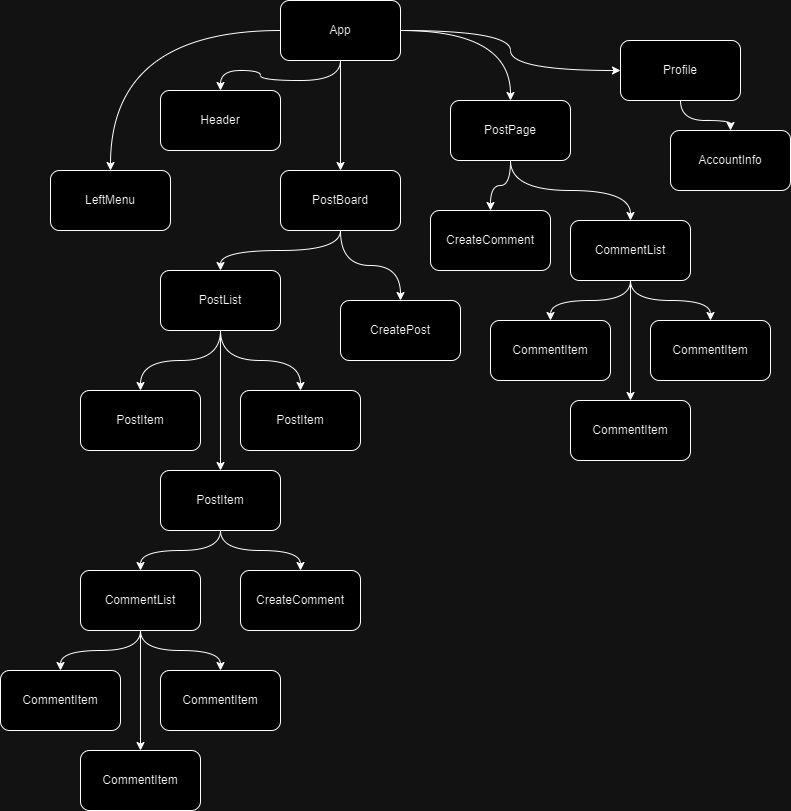
Before: DashboardChallengeComponentTree.drawio.png, a diagram exported from draw.io (boolean-uk/react-cohort-dashboard-challenge). Source tidied: cells renumbered, new cells last; positions are measured from the earlier drawing's top-left corner, leaving out a move shared by most shapes.
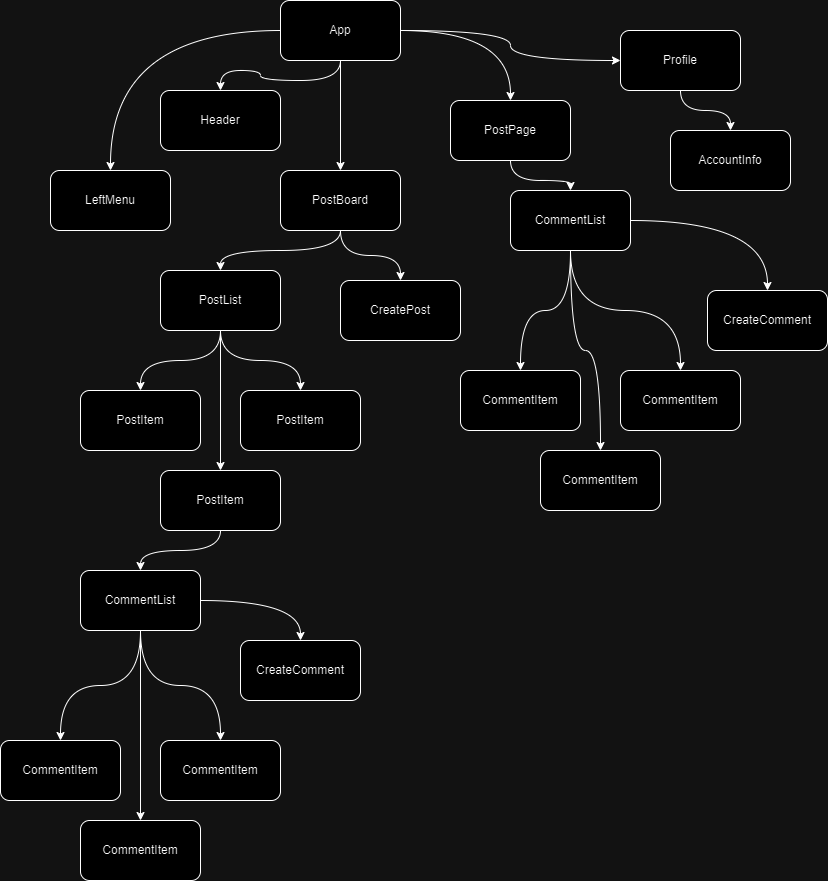
Above is the later version.

Change to the diagram source:
```diff
@@ -24,7 +24,7 @@
       <mxGeometry relative="1" as="geometry" />
     </mxCell>
     <mxCell id="9" value="Profile" style="rounded=1;whiteSpace=wrap;html=1;" parent="1" vertex="1">
-      <mxGeometry x="620" y="40" width="120" height="60" as="geometry" />
+      <mxGeometry x="620" y="30" width="120" height="60" as="geometry" />
     </mxCell>
     <mxCell id="10" style="edgeStyle=orthogonalEdgeStyle;rounded=0;jettySize=auto;html=1;curved=1;" parent="1" edge="1" source="12" target="16">
       <mxGeometry relative="1" as="geometry" />
@@ -47,9 +47,6 @@
     <mxCell id="16" value="PostList" style="rounded=1;whiteSpace=wrap;html=1;" parent="1" vertex="1">
       <mxGeometry x="160" y="270" width="120" height="60" as="geometry" />
     </mxCell>
-    <mxCell id="17" style="edgeStyle=orthogonalEdgeStyle;rounded=0;jettySize=auto;html=1;curved=1;" parent="1" edge="1" source="18" target="32">
-      <mxGeometry relative="1" as="geometry" />
-    </mxCell>
     <mxCell id="18" value="PostItem" style="rounded=1;whiteSpace=wrap;html=1;" parent="1" vertex="1">
       <mxGeometry x="160" y="470" width="120" height="60" as="geometry" />
     </mxCell>
@@ -77,30 +74,30 @@
     <mxCell id="26" style="edgeStyle=orthogonalEdgeStyle;rounded=0;jettySize=auto;html=1;curved=1;" parent="1" edge="1" source="27" target="30">
       <mxGeometry relative="1" as="geometry" />
     </mxCell>
+    <mxCell id="45" style="edgeStyle=orthogonalEdgeStyle;rounded=0;jettySize=auto;html=1;curved=1;" parent="1" edge="1" source="27" target="32">
+      <mxGeometry relative="1" as="geometry" />
+    </mxCell>
     <mxCell id="27" value="CommentList" style="rounded=1;whiteSpace=wrap;html=1;" parent="1" vertex="1">
       <mxGeometry x="80" y="570" width="120" height="60" as="geometry" />
     </mxCell>
     <mxCell id="28" value="CommentItem" style="rounded=1;whiteSpace=wrap;html=1;" parent="1" vertex="1">
-      <mxGeometry y="670" width="120" height="60" as="geometry" />
+      <mxGeometry y="740" width="120" height="60" as="geometry" />
     </mxCell>
     <mxCell id="29" value="CommentItem" style="rounded=1;whiteSpace=wrap;html=1;" parent="1" vertex="1">
-      <mxGeometry x="80" y="750" width="120" height="60" as="geometry" />
+      <mxGeometry x="80" y="820" width="120" height="60" as="geometry" />
     </mxCell>
     <mxCell id="30" value="CommentItem" style="rounded=1;whiteSpace=wrap;html=1;" parent="1" vertex="1">
-      <mxGeometry x="160" y="670" width="120" height="60" as="geometry" />
+      <mxGeometry x="160" y="740" width="120" height="60" as="geometry" />
     </mxCell>
     <mxCell id="31" value="CreatePost" style="rounded=1;whiteSpace=wrap;html=1;" parent="1" vertex="1">
-      <mxGeometry x="340" y="300" width="120" height="60" as="geometry" />
+      <mxGeometry x="340" y="280" width="120" height="60" as="geometry" />
     </mxCell>
     <mxCell id="32" value="CreateComment" style="rounded=1;whiteSpace=wrap;html=1;" parent="1" vertex="1">
-      <mxGeometry x="240" y="570" width="120" height="60" as="geometry" />
+      <mxGeometry x="240" y="640" width="120" height="60" as="geometry" />
     </mxCell>
     <mxCell id="33" value="AccountInfo" style="rounded=1;whiteSpace=wrap;html=1;" parent="1" vertex="1">
       <mxGeometry x="670" y="130" width="120" height="60" as="geometry" />
     </mxCell>
-    <mxCell id="34" style="edgeStyle=orthogonalEdgeStyle;rounded=0;jettySize=auto;html=1;curved=1;" parent="1" edge="1" source="35" target="44">
-      <mxGeometry relative="1" as="geometry" />
-    </mxCell>
     <mxCell id="35" value="PostPage" style="rounded=1;whiteSpace=wrap;html=1;" parent="1" vertex="1">
       <mxGeometry x="450" y="100" width="120" height="60" as="geometry" />
     </mxCell>
@@ -110,26 +107,29 @@
     <mxCell id="37" style="edgeStyle=orthogonalEdgeStyle;rounded=0;jettySize=auto;html=1;curved=1;" parent="1" edge="1" source="40" target="41">
       <mxGeometry relative="1" as="geometry" />
     </mxCell>
-    <mxCell id="38" style="edgeStyle=orthogonalEdgeStyle;rounded=0;jettySize=auto;html=1;" parent="1" edge="1" source="40" target="42">
+    <mxCell id="38" style="edgeStyle=orthogonalEdgeStyle;rounded=0;jettySize=auto;html=1;curved=1;" parent="1" edge="1" source="40" target="42">
       <mxGeometry relative="1" as="geometry" />
     </mxCell>
     <mxCell id="39" style="edgeStyle=orthogonalEdgeStyle;rounded=0;jettySize=auto;html=1;curved=1;" parent="1" edge="1" source="40" target="43">
       <mxGeometry relative="1" as="geometry" />
     </mxCell>
+    <mxCell id="46" style="edgeStyle=orthogonalEdgeStyle;rounded=0;jettySize=auto;html=1;curved=1;entryX=0.5;entryY=0;entryDx=0;entryDy=0;" parent="1" edge="1" source="40" target="44">
+      <mxGeometry relative="1" as="geometry" />
+    </mxCell>
     <mxCell id="40" value="CommentList" style="rounded=1;whiteSpace=wrap;html=1;" parent="1" vertex="1">
-      <mxGeometry x="570" y="220" width="120" height="60" as="geometry" />
+      <mxGeometry x="510" y="190" width="120" height="60" as="geometry" />
     </mxCell>
     <mxCell id="41" value="CommentItem" style="rounded=1;whiteSpace=wrap;html=1;" parent="1" vertex="1">
-      <mxGeometry x="490" y="320" width="120" height="60" as="geometry" />
+      <mxGeometry x="460" y="370" width="120" height="60" as="geometry" />
     </mxCell>
     <mxCell id="42" value="CommentItem" style="rounded=1;whiteSpace=wrap;html=1;" parent="1" vertex="1">
-      <mxGeometry x="570" y="400" width="120" height="60" as="geometry" />
+      <mxGeometry x="540" y="450" width="120" height="60" as="geometry" />
     </mxCell>
     <mxCell id="43" value="CommentItem" style="rounded=1;whiteSpace=wrap;html=1;" parent="1" vertex="1">
-      <mxGeometry x="650" y="320" width="120" height="60" as="geometry" />
+      <mxGeometry x="620" y="370" width="120" height="60" as="geometry" />
     </mxCell>
     <mxCell id="44" value="CreateComment" style="rounded=1;whiteSpace=wrap;html=1;" parent="1" vertex="1">
-      <mxGeometry x="430" y="210" width="120" height="60" as="geometry" />
+      <mxGeometry x="707" y="290" width="120" height="60" as="geometry" />
     </mxCell>
   </root>
 </mxGraphModel>
```
